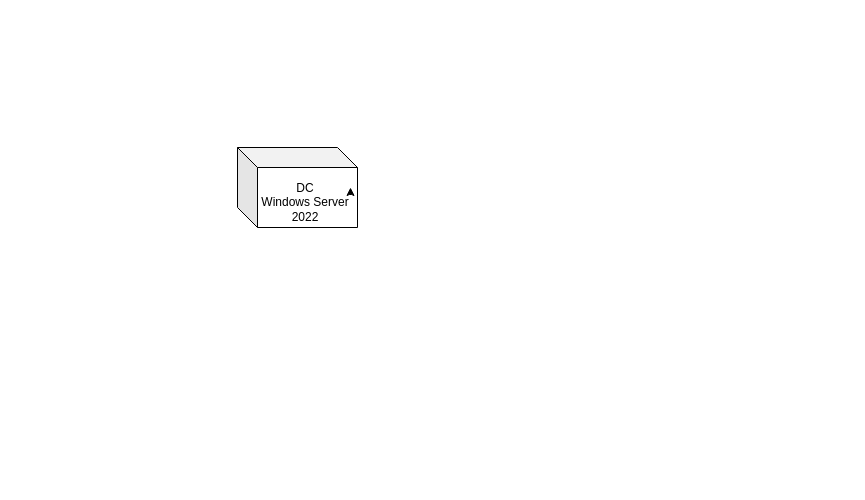
Above: ActiveDirectory.drawio in Toluowo/active-directory-lab (draw.io), before the change. Source tidied: cells renumbered, new cells numbered last; positions are measured from the earlier drawing's top-left corner, leaving out a move shared by most shapes. Both pictures are drawn from the tidied source at 100%, with x=0, y=0 at pixel (237, 147).
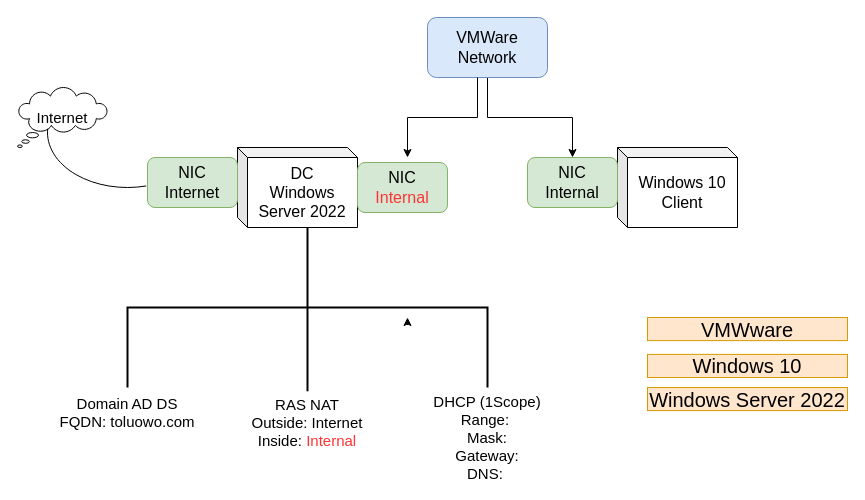
Above is the later version.

Change to the diagram source:
```diff
@@
-    <mxCell id="2" style="shape=cube;whiteSpace=wrap;html=1;boundedLbl=1;backgroundOutline=1;darkOpacity=0.05;darkOpacity2=0.1;" parent="1" vertex="1">
+    <mxCell id="2" value="DC&lt;div&gt;Windows Server 2022&lt;/div&gt;" style="shape=cube;whiteSpace=wrap;html=1;boundedLbl=1;backgroundOutline=1;darkOpacity=0.05;darkOpacity2=0.1;size=10;fontSize=16;" parent="1" vertex="1">
       <mxGeometry width="120" height="80" as="geometry" />
     </mxCell>
-    <mxCell id="3" value="DC&lt;div&gt;Windows Server 2022&lt;/div&gt;" style="text;html=1;align=center;verticalAlign=middle;whiteSpace=wrap;rounded=0;" parent="1" vertex="1">
-      <mxGeometry x="23" y="40" width="90" height="30" as="geometry" />
-    </mxCell>
-    <mxCell id="4" style="edgeStyle=orthogonalEdgeStyle;rounded=0;orthogonalLoop=1;jettySize=auto;html=1;exitX=0.5;exitY=1;exitDx=0;exitDy=0;" parent="1" edge="1" source="3" target="3">
-      <mxGeometry relative="1" as="geometry" />
+    <mxCell id="4" style="edgeStyle=orthogonalEdgeStyle;rounded=0;orthogonalLoop=1;jettySize=auto;html=1;exitX=0.5;exitY=1;exitDx=0;exitDy=0;" parent="1" edge="1">
+      <mxGeometry relative="1" as="geometry">
+        <mxPoint x="125" y="200" as="sourcePoint" />
+        <mxPoint x="125" y="200" as="targetPoint" />
+      </mxGeometry>
     </mxCell>
-    <mxCell id="5" style="edgeStyle=orthogonalEdgeStyle;rounded=0;orthogonalLoop=1;jettySize=auto;html=1;exitX=1;exitY=0.25;exitDx=0;exitDy=0;entryX=1;entryY=0;entryDx=0;entryDy=0;" parent="1" edge="1" source="3" target="3">
-      <mxGeometry relative="1" as="geometry" />
+    <mxCell id="5" style="edgeStyle=orthogonalEdgeStyle;rounded=0;orthogonalLoop=1;jettySize=auto;html=1;exitX=1;exitY=0.25;exitDx=0;exitDy=0;entryX=1;entryY=0;entryDx=0;entryDy=0;" parent="1" edge="1">
+      <mxGeometry relative="1" as="geometry">
+        <mxPoint x="170" y="177.5" as="sourcePoint" />
+        <mxPoint x="170" y="170" as="targetPoint" />
+      </mxGeometry>
     </mxCell>
+    <mxCell id="6" value="NIC&lt;div&gt;Internet&lt;/div&gt;" style="rounded=1;whiteSpace=wrap;html=1;fillColor=#d5e8d4;strokeColor=#82b366;fontSize=16;" parent="1" vertex="1">
+      <mxGeometry x="-90" y="10" width="90" height="50" as="geometry" />
+    </mxCell>
+    <mxCell id="7" value="NIC&lt;div&gt;&lt;font style=&quot;color: rgb(255, 51, 51);&quot;&gt;Internal&lt;/font&gt;&lt;/div&gt;" style="rounded=1;whiteSpace=wrap;html=1;fillColor=#d5e8d4;strokeColor=#82b366;fontSize=16;" parent="1" vertex="1">
+      <mxGeometry x="120" y="15" width="90" height="50" as="geometry" />
+    </mxCell>
+    <mxCell id="8" value="Internet" style="whiteSpace=wrap;html=1;shape=mxgraph.basic.cloud_callout;fontSize=15;" parent="1" vertex="1">
+      <mxGeometry x="-220" y="-60" width="90" height="60" as="geometry" />
+    </mxCell>
+    <mxCell id="9" style="verticalLabelPosition=bottom;verticalAlign=top;html=1;shape=mxgraph.basic.arc;startAngle=0.46251185199778944;endAngle=0.7611227026130816;" parent="1" vertex="1">
+      <mxGeometry x="-190" y="-70" width="160" height="110" as="geometry" />
+    </mxCell>
+    <mxCell id="10" value="Windows 10&lt;div&gt;Client&lt;/div&gt;" style="shape=cube;whiteSpace=wrap;html=1;boundedLbl=1;backgroundOutline=1;darkOpacity=0.05;darkOpacity2=0.1;size=10;fontSize=16;" parent="1" vertex="1">
+      <mxGeometry x="380" width="120" height="80" as="geometry" />
+    </mxCell>
+    <mxCell id="11" value="NIC&lt;div&gt;Internal&lt;/div&gt;" style="rounded=1;whiteSpace=wrap;html=1;fillColor=#d5e8d4;strokeColor=#82b366;fontSize=16;" parent="1" vertex="1">
+      <mxGeometry x="290" y="10" width="90" height="50" as="geometry" />
+    </mxCell>
+    <mxCell id="12" style="edgeStyle=orthogonalEdgeStyle;rounded=0;jettySize=auto;html=1;exitX=0.5;exitY=1;exitDx=0;exitDy=0;entryX=0.5;entryY=0;entryDx=0;entryDy=0;" parent="1" edge="1" source="13" target="11">
+      <mxGeometry relative="1" as="geometry">
+        <Array as="points">
+          <mxPoint x="250" y="-70" />
+          <mxPoint x="250" y="-30" />
+          <mxPoint x="335" y="-30" />
+        </Array>
+      </mxGeometry>
+    </mxCell>
+    <mxCell id="13" value="VMWare&lt;div&gt;Network&lt;/div&gt;" style="rounded=1;whiteSpace=wrap;html=1;fillColor=#dae8fc;strokeColor=#6c8ebf;fontSize=16;" parent="1" vertex="1">
+      <mxGeometry x="190" y="-130" width="120" height="60" as="geometry" />
+    </mxCell>
+    <mxCell id="14" style="edgeStyle=orthogonalEdgeStyle;rounded=0;orthogonalLoop=1;jettySize=auto;html=1;exitX=0.5;exitY=1;exitDx=0;exitDy=0;" parent="1" edge="1">
+      <mxGeometry relative="1" as="geometry">
+        <mxPoint x="240" y="-70" as="sourcePoint" />
+        <mxPoint x="170" y="10" as="targetPoint" />
+        <Array as="points">
+          <mxPoint x="240" y="-30" />
+          <mxPoint x="170" y="-30" />
+          <mxPoint x="170" y="10" />
+        </Array>
+      </mxGeometry>
+    </mxCell>
+    <mxCell id="15" style="strokeWidth=2;html=1;shape=mxgraph.flowchart.annotation_2;align=left;labelPosition=right;rotation=90;" parent="1" vertex="1">
+      <mxGeometry x="-10" y="-20" width="160" height="360" as="geometry" />
+    </mxCell>
+    <mxCell id="16" value="Domain AD DS&lt;div&gt;FQDN: toluowo.com&lt;/div&gt;" style="text;html=1;align=center;verticalAlign=middle;whiteSpace=wrap;rounded=0;fontSize=15;" parent="1" vertex="1">
+      <mxGeometry x="-180" y="240" width="140" height="50" as="geometry" />
+    </mxCell>
+    <mxCell id="17" value="RAS NAT&lt;div&gt;Outside: Internet&lt;/div&gt;&lt;div&gt;Inside: &lt;font style=&quot;color: rgb(255, 51, 51);&quot;&gt;Internal&lt;/font&gt;&lt;/div&gt;" style="text;html=1;align=center;verticalAlign=middle;whiteSpace=wrap;rounded=0;fontSize=15;" parent="1" vertex="1">
+      <mxGeometry y="250" width="140" height="50" as="geometry" />
+    </mxCell>
+    <mxCell id="18" value="DHCP (1Scope)&lt;div&gt;Range:&amp;nbsp;&lt;/div&gt;&lt;div&gt;Mask:&lt;/div&gt;&lt;div&gt;Gateway:&lt;/div&gt;&lt;div&gt;DNS:&amp;nbsp;&lt;/div&gt;" style="text;html=1;align=center;verticalAlign=middle;whiteSpace=wrap;rounded=0;fontSize=15;" parent="1" vertex="1">
+      <mxGeometry x="180" y="250" width="140" height="80" as="geometry" />
+    </mxCell>
+    <mxCell id="19" style="line;strokeWidth=2;html=1;rotation=90;" parent="1" vertex="1">
+      <mxGeometry x="28.1" y="196.9" width="83.8" height="10" as="geometry" />
+    </mxCell>
+    <mxCell id="20" value="VMWware" style="rounded=0;whiteSpace=wrap;html=1;fontSize=20;fillColor=#ffe6cc;strokeColor=#d79b00;" parent="1" vertex="1">
+      <mxGeometry x="410" y="170" width="200" height="23.1" as="geometry" />
+    </mxCell>
+    <mxCell id="21" value="Windows 10" style="rounded=0;whiteSpace=wrap;html=1;fontSize=20;fillColor=#ffe6cc;strokeColor=#d79b00;" parent="1" vertex="1">
+      <mxGeometry x="410" y="206.9" width="200" height="23.1" as="geometry" />
+    </mxCell>
+    <mxCell id="22" value="Windows Server 2022" style="rounded=0;whiteSpace=wrap;html=1;fontSize=20;fillColor=#ffe6cc;strokeColor=#d79b00;" parent="1" vertex="1">
+      <mxGeometry x="410" y="240" width="200" height="23.1" as="geometry" />
+    </mxCell>
```
